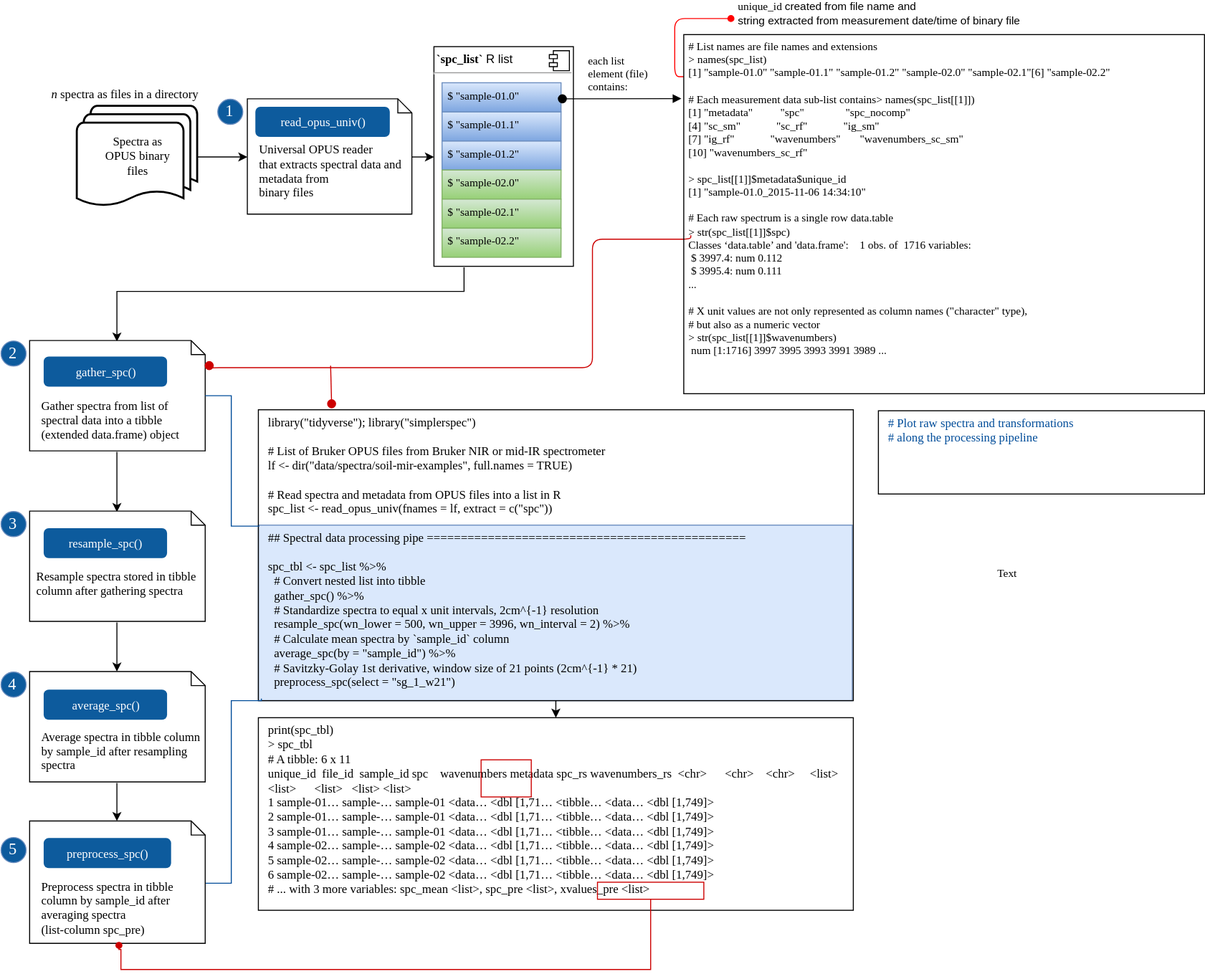
This is simplerspec-read-proc-tibble.svg from philipp-baumann/spectro-platform-graphs, a draw.io export, as it was before one commit. Source tidied: cells renumbered, new cells last; positions are measured from the earlier drawing's top-left corner, leaving out a move shared by most shapes.
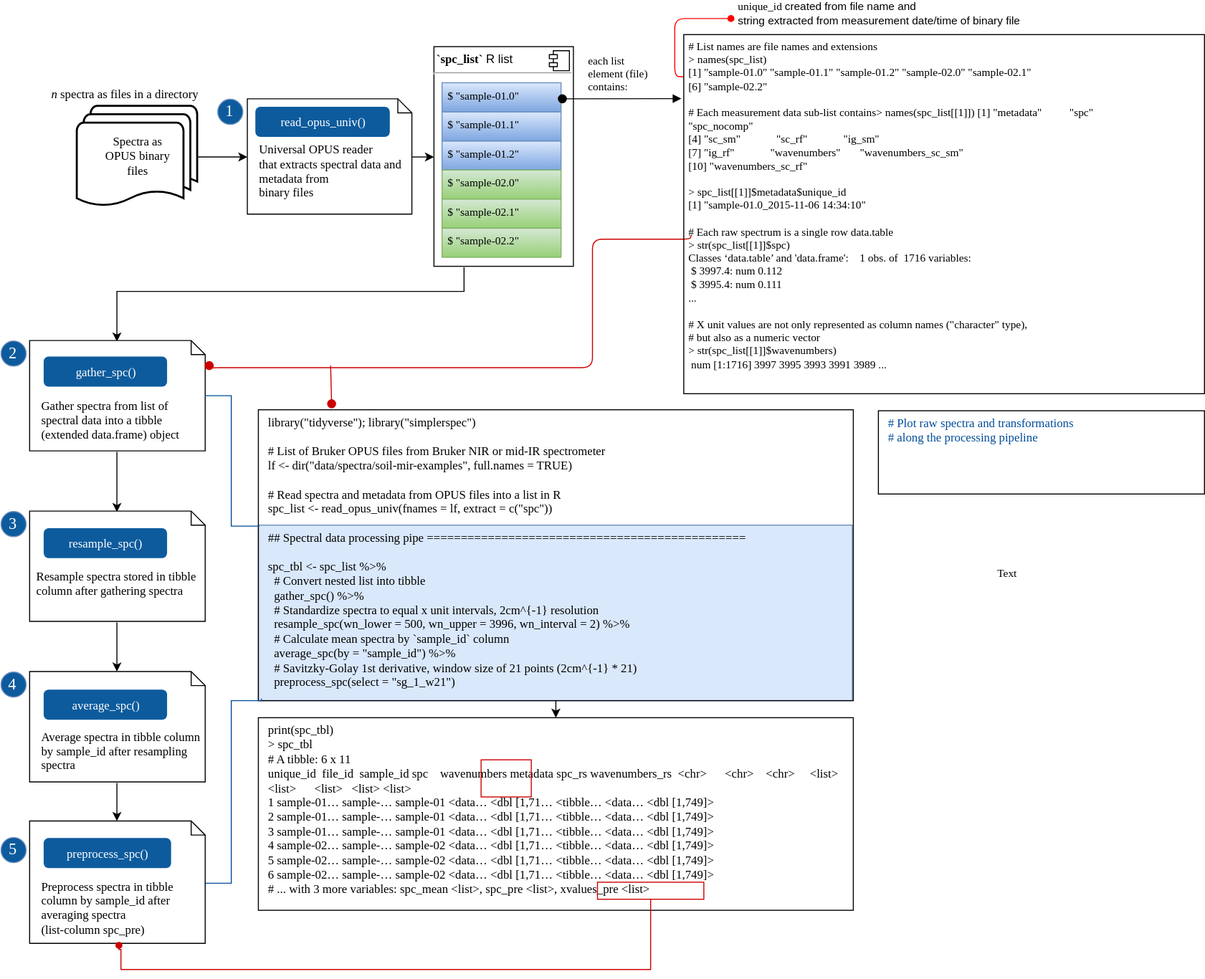
The same diagram one commit later.

Commit message:
Rearrange text within list output box

The edit, as a diff of the source:
```diff
@@ -156,7 +156,7 @@
         </Array>
       </mxGeometry>
     </mxCell>
-    <mxCell id="40" value="# List names are file names and extensions&#10;&gt; names(spc_list)&#10;[1] &quot;sample-01.0&quot; &quot;sample-01.1&quot; &quot;sample-01.2&quot; &quot;sample-02.0&quot; &quot;sample-02.1&quot;[6] &quot;sample-02.2&quot;&#10;&#10;# Each measurement data sub-list contains&gt; names(spc_list[[1]]) &#10;[1] &quot;metadata&quot;          &quot;spc&quot;               &quot;spc_nocomp&quot;&#10;[4] &quot;sc_sm&quot;             &quot;sc_rf&quot;             &quot;ig_sm&quot;&#10;[7] &quot;ig_rf&quot;             &quot;wavenumbers&quot;       &quot;wavenumbers_sc_sm&quot;&#10;[10] &quot;wavenumbers_sc_rf&quot;&#10;&#10;&gt; spc_list[[1]]$metadata$unique_id&#10;[1] &quot;sample-01.0_2015-11-06 14:34:10&quot;&#10;&#10;# Each raw spectrum is a single row data.table&#10;&gt; str(spc_list[[1]]$spc)&#10;Classes ‘data.table’ and 'data.frame':    1 obs. of  1716 variables: &#10; $ 3997.4: num 0.112 &#10; $ 3995.4: num 0.111 &#10;...&#10;&#10;# X unit values are not only represented as column names (&quot;character&quot; type),&#10;# but also as a numeric vector&#10;&gt; str(spc_list[[1]]$wavenumbers) &#10; num [1:1716] 3997 3995 3993 3991 3989 ... &#10;&#10;" style="text;spacing=5;spacingTop=-4;whiteSpace=wrap;overflow=hidden;strokeColor=#000000;align=left;fontFamily=Fira Code;fontSize=11;" parent="1" vertex="1">
+    <mxCell id="40" value="# List names are file names and extensions&#10;&gt; names(spc_list)&#10;[1] &quot;sample-01.0&quot; &quot;sample-01.1&quot; &quot;sample-01.2&quot; &quot;sample-02.0&quot; &quot;sample-02.1&quot;&#10;[6] &quot;sample-02.2&quot;&#10;&#10;# Each measurement data sub-list contains&gt; names(spc_list[[1]]) [1] &quot;metadata&quot;          &quot;spc&quot;               &quot;spc_nocomp&quot;&#10;[4] &quot;sc_sm&quot;             &quot;sc_rf&quot;             &quot;ig_sm&quot;&#10;[7] &quot;ig_rf&quot;             &quot;wavenumbers&quot;       &quot;wavenumbers_sc_sm&quot;&#10;[10] &quot;wavenumbers_sc_rf&quot;&#10;&#10;&gt; spc_list[[1]]$metadata$unique_id&#10;[1] &quot;sample-01.0_2015-11-06 14:34:10&quot;&#10;&#10;# Each raw spectrum is a single row data.table&#10;&gt; str(spc_list[[1]]$spc)&#10;Classes ‘data.table’ and 'data.frame':    1 obs. of  1716 variables: &#10; $ 3997.4: num 0.112 &#10; $ 3995.4: num 0.111 &#10;...&#10;&#10;# X unit values are not only represented as column names (&quot;character&quot; type),&#10;# but also as a numeric vector&#10;&gt; str(spc_list[[1]]$wavenumbers) &#10; num [1:1716] 3997 3995 3993 3991 3989 ... &#10;&#10;" style="text;spacing=5;spacingTop=-4;whiteSpace=wrap;overflow=hidden;strokeColor=#000000;align=left;fontFamily=Fira Code;fontSize=11;" parent="1" vertex="1">
       <mxGeometry x="681" y="31" width="519" height="358" as="geometry" />
     </mxCell>
     <mxCell id="41" style="rounded=0;whiteSpace=wrap;html=1;arcSize=40;fillColor=none;strokeColor=#CC0000;labelBackgroundColor=#ffffff;fontFamily=Courier New;fontSize=11;align=left;glass=1;" parent="1" vertex="1">
```
